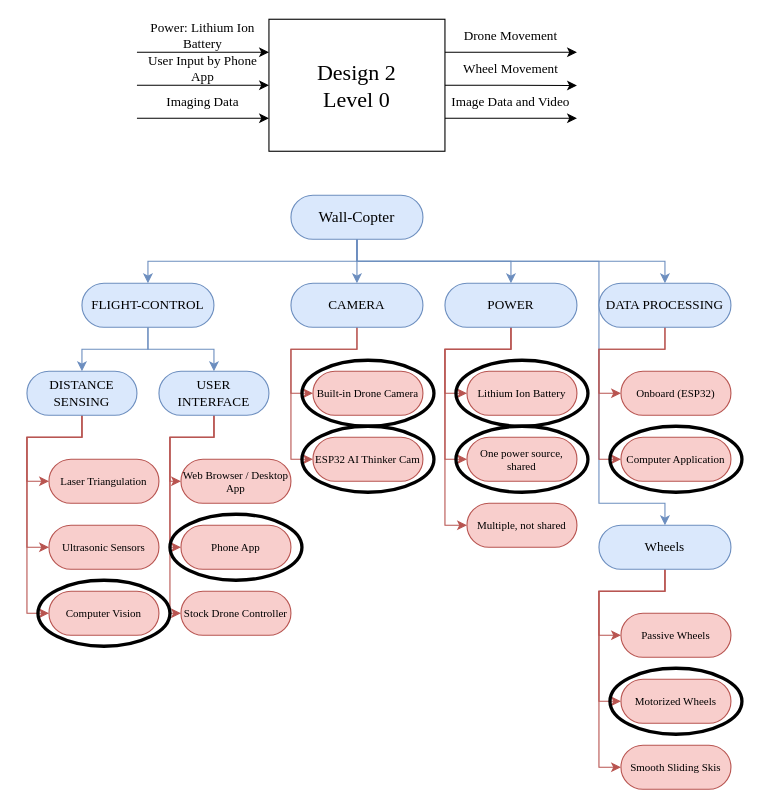
Above: page "Design 2" (3 of 4) of Assignments/resources/assignment3.drawio in jpmossman/SeniorDesign2023Wallcopter (draw.io), before the change. Source tidied: cells renumbered, new cells numbered last; positions are measured from the earlier drawing's top-left corner, leaving out a move shared by most shapes. Both pictures are drawn from the tidied source at 110%, with x=0, y=0 at pixel (26, 19).
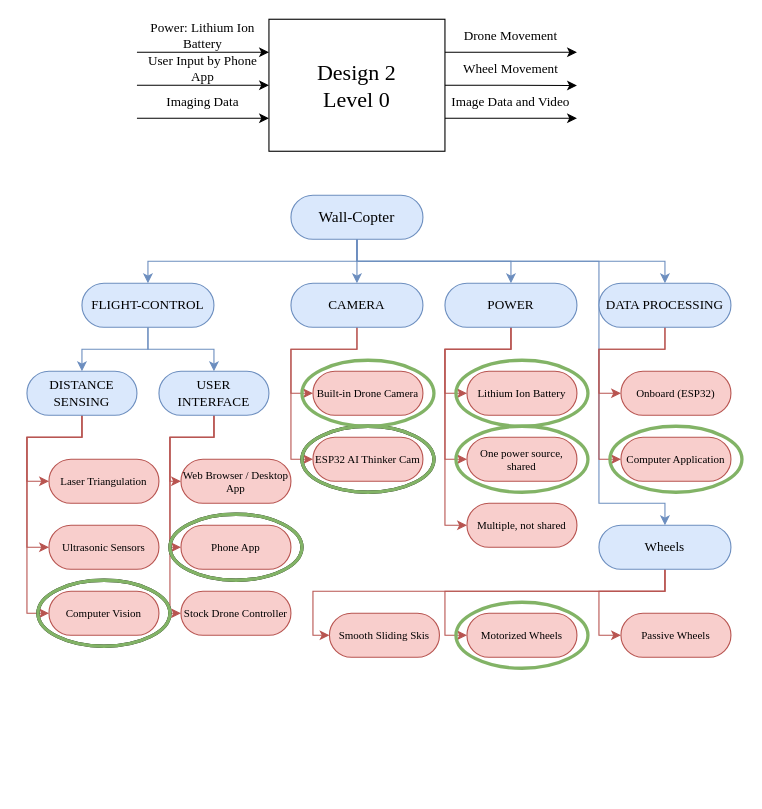
Above is the later version.

Unchanged cells that the change refers to:
```xml
<mxCell id="57" value="Wheels" style="rounded=1;whiteSpace=wrap;html=1;fontFamily=Times New Roman;fontSize=12;arcSize=50;fillColor=#dae8fc;strokeColor=#6c8ebf;" parent="1" vertex="1">
  <mxGeometry x="520" y="460" width="120" height="40" as="geometry" />
</mxCell>
```

Change to the diagram source:
```diff
@@
     <mxCell id="55" style="edgeStyle=orthogonalEdgeStyle;rounded=0;jettySize=auto;html=1;exitX=0.5;exitY=1;exitDx=0;exitDy=0;entryX=0;entryY=0.5;entryDx=0;entryDy=0;fontFamily=Times New Roman;fontSize=10;fillColor=#f8cecc;strokeColor=#b85450;" parent="1" edge="1" source="57" target="59">
       <mxGeometry relative="1" as="geometry">
         <Array as="points">
           <mxPoint x="580" y="520" />
-          <mxPoint x="520" y="520" />
-          <mxPoint x="520" y="620" />
+          <mxPoint x="380" y="520" />
+          <mxPoint x="380" y="560" />
         </Array>
       </mxGeometry>
     </mxCell>
     <mxCell id="56" style="edgeStyle=orthogonalEdgeStyle;rounded=0;jettySize=auto;html=1;exitX=0.5;exitY=1;exitDx=0;exitDy=0;entryX=0;entryY=0.5;entryDx=0;entryDy=0;fontFamily=Times New Roman;fontSize=10;fillColor=#f8cecc;strokeColor=#b85450;" parent="1" edge="1" source="57" target="60">
       <mxGeometry relative="1" as="geometry">
         <Array as="points">
           <mxPoint x="580" y="520" />
-          <mxPoint x="520" y="520" />
-          <mxPoint x="520" y="680" />
+          <mxPoint x="260" y="520" />
+          <mxPoint x="260" y="560" />
         </Array>
       </mxGeometry>
     </mxCell>
@@
     <mxCell id="59" value="Motorized Wheels" style="rounded=1;whiteSpace=wrap;html=1;fontFamily=Times New Roman;fontSize=10;arcSize=50;fillColor=#f8cecc;strokeColor=#b85450;" parent="1" vertex="1">
-      <mxGeometry x="540" y="600" width="100" height="40" as="geometry" />
+      <mxGeometry x="400" y="540" width="100" height="40" as="geometry" />
     </mxCell>
     <mxCell id="60" value="Smooth Sliding Skis" style="rounded=1;whiteSpace=wrap;html=1;fontFamily=Times New Roman;fontSize=10;arcSize=50;fillColor=#f8cecc;strokeColor=#b85450;" parent="1" vertex="1">
-      <mxGeometry x="540" y="660" width="100" height="40" as="geometry" />
+      <mxGeometry x="275" y="540" width="100" height="40" as="geometry" />
     </mxCell>
@@
-    <mxCell id="65" style="ellipse;whiteSpace=wrap;html=1;fontFamily=Times New Roman;fontSize=10;strokeColor=default;strokeWidth=3;fillColor=none;" parent="1" vertex="1">
+    <mxCell id="65" style="ellipse;whiteSpace=wrap;html=1;fontFamily=Times New Roman;fontSize=10;strokeColor=#82b366;strokeWidth=3;fillColor=none;" parent="1" vertex="1">
       <mxGeometry x="250" y="310" width="120" height="60" as="geometry" />
     </mxCell>
-    <mxCell id="66" style="ellipse;whiteSpace=wrap;html=1;fontFamily=Times New Roman;fontSize=10;strokeColor=default;strokeWidth=3;fillColor=none;" parent="1" vertex="1">
+    <mxCell id="66" style="ellipse;whiteSpace=wrap;html=1;fontFamily=Times New Roman;fontSize=10;strokeColor=#82b366;strokeWidth=3;fillColor=none;" parent="1" vertex="1">
       <mxGeometry x="390" y="310" width="120" height="60" as="geometry" />
     </mxCell>
-    <mxCell id="67" style="ellipse;whiteSpace=wrap;html=1;fontFamily=Times New Roman;fontSize=10;strokeColor=default;strokeWidth=3;fillColor=none;" parent="1" vertex="1">
+    <mxCell id="67" style="ellipse;whiteSpace=wrap;html=1;fontFamily=Times New Roman;fontSize=10;strokeColor=#82b366;strokeWidth=3;fillColor=none;" parent="1" vertex="1">
       <mxGeometry x="390" y="370" width="120" height="60" as="geometry" />
     </mxCell>
-    <mxCell id="68" style="ellipse;whiteSpace=wrap;html=1;fontFamily=Times New Roman;fontSize=10;strokeColor=default;strokeWidth=3;fillColor=none;" parent="1" vertex="1">
-      <mxGeometry x="530" y="590" width="120" height="60" as="geometry" />
+    <mxCell id="68" style="ellipse;whiteSpace=wrap;html=1;fontFamily=Times New Roman;fontSize=10;strokeColor=#82b366;strokeWidth=3;fillColor=none;" parent="1" vertex="1">
+      <mxGeometry x="390" y="530" width="120" height="60" as="geometry" />
     </mxCell>
-    <mxCell id="69" style="ellipse;whiteSpace=wrap;html=1;fontFamily=Times New Roman;fontSize=10;strokeColor=default;strokeWidth=3;fillColor=none;" parent="1" vertex="1">
+    <mxCell id="69" style="ellipse;whiteSpace=wrap;html=1;fontFamily=Times New Roman;fontSize=10;strokeColor=#82b366;strokeWidth=3;fillColor=none;" parent="1" vertex="1">
       <mxGeometry x="530" y="370" width="120" height="60" as="geometry" />
     </mxCell>
+    <mxCell id="70" style="ellipse;whiteSpace=wrap;html=1;fontFamily=Times New Roman;fontSize=10;strokeColor=#82b366;strokeWidth=3;fillColor=none;" parent="1" vertex="1">
+      <mxGeometry x="10" y="510" width="120" height="60" as="geometry" />
+    </mxCell>
+    <mxCell id="71" style="ellipse;whiteSpace=wrap;html=1;fontFamily=Times New Roman;fontSize=10;strokeColor=#82b366;strokeWidth=3;fillColor=none;" parent="1" vertex="1">
+      <mxGeometry x="130" y="450" width="120" height="60" as="geometry" />
+    </mxCell>
+    <mxCell id="72" style="ellipse;whiteSpace=wrap;html=1;fontFamily=Times New Roman;fontSize=10;strokeColor=#82b366;strokeWidth=3;fillColor=none;" parent="1" vertex="1">
+      <mxGeometry x="250" y="370" width="120" height="60" as="geometry" />
+    </mxCell>
```
